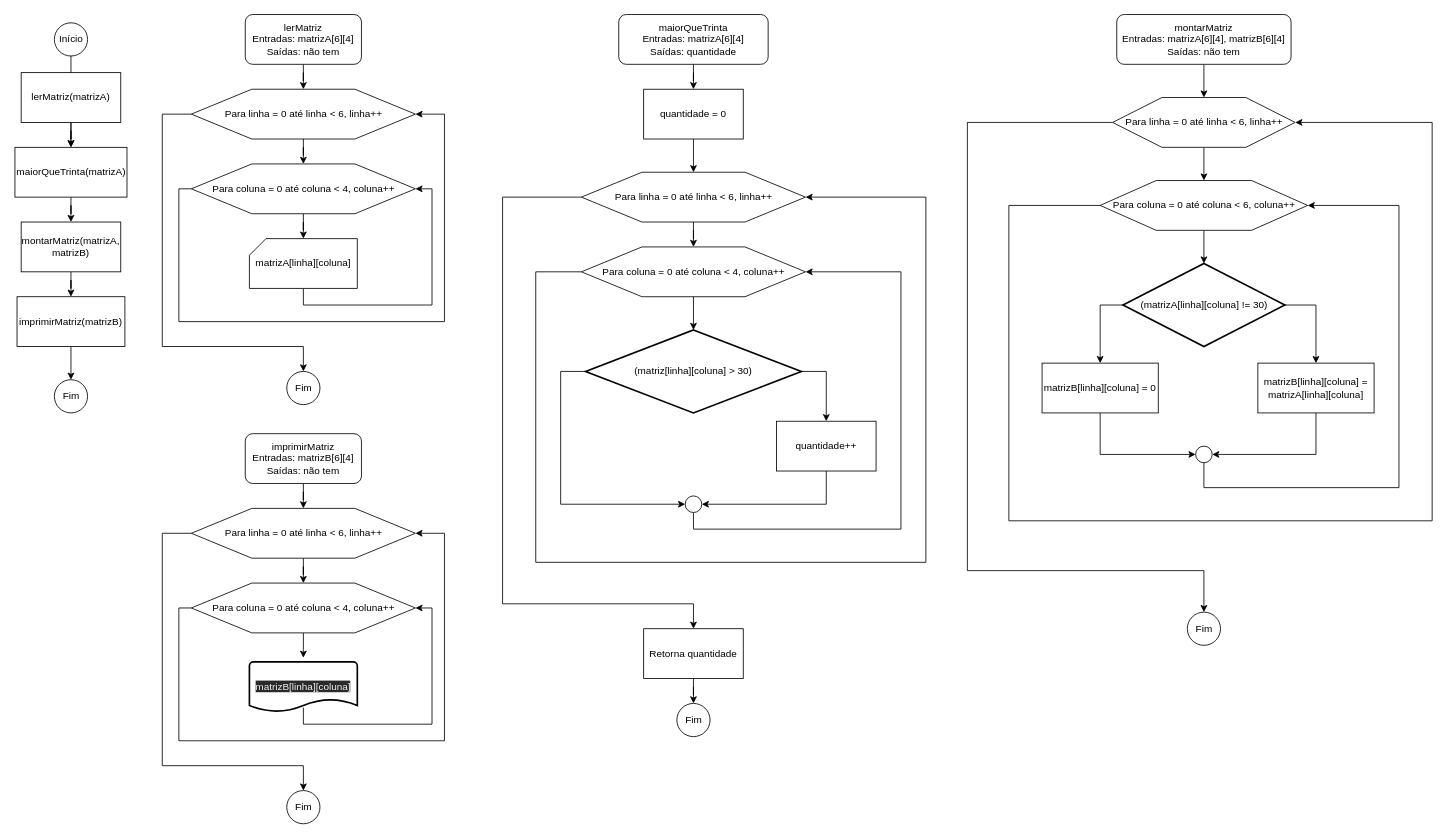
Marchinner/Faculdade keeps this draw.io diagram as semestre01/LOG1/Exemplos/Diagramas/exemplo5.drawio. Above is the earlier version. Source tidied: cells renumbered, new cells numbered last; positions are measured from the earlier drawing's top-left corner, leaving out a move shared by most shapes. Both pictures are drawn from the tidied source at 83%, with x=0, y=0 at pixel (14, 14).
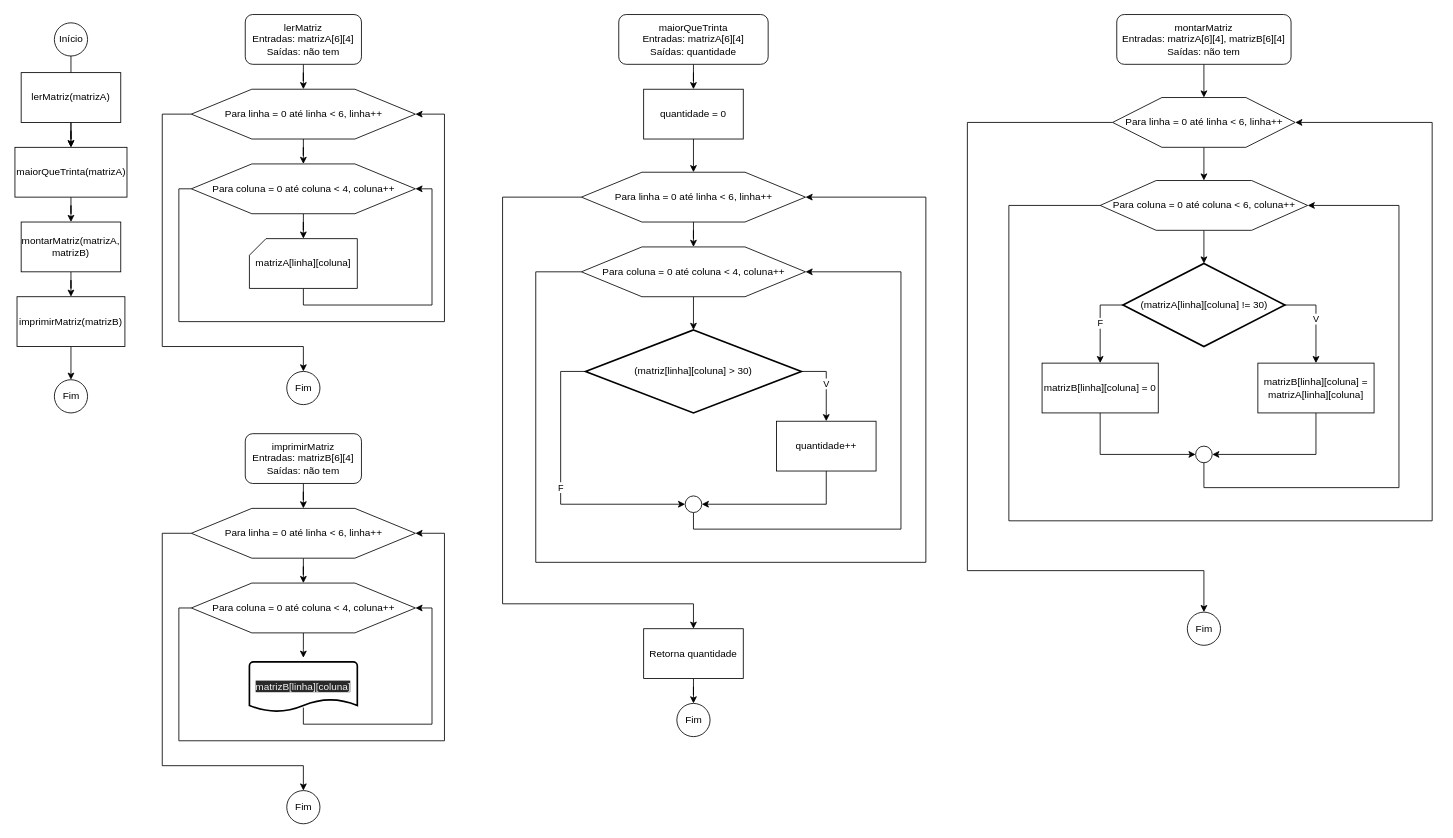
After the change.

Commit message (it also covers changes not shown here):
Ex1 e ex2 feitos com diagramas da lista de Vetores

Unchanged cells that the change refers to:
```xml
<mxCell id="33" value="(matriz[linha][coluna] &amp;gt; 30)" style="strokeWidth=2;html=1;shape=mxgraph.flowchart.decision;whiteSpace=wrap;" parent="1" vertex="1">
  <mxGeometry x="688" y="380" width="260" height="100" as="geometry" />
</mxCell>
<mxCell id="35" value="quantidade++" style="rounded=0;whiteSpace=wrap;html=1;" parent="1" vertex="1">
  <mxGeometry x="918" y="490" width="120" height="60" as="geometry" />
</mxCell>
<mxCell id="37" style="verticalLabelPosition=bottom;verticalAlign=top;html=1;shape=mxgraph.flowchart.on-page_reference;" parent="1" vertex="1">
  <mxGeometry x="808" y="580" width="20" height="20" as="geometry" />
</mxCell>
<mxCell id="51" value="(matrizA[linha][coluna] != 30)" style="strokeWidth=2;html=1;shape=mxgraph.flowchart.decision;whiteSpace=wrap;" parent="1" vertex="1">
  <mxGeometry x="1335.5" y="300" width="195" height="100" as="geometry" />
</mxCell>
<mxCell id="53" value="matrizB[linha][coluna] = matrizA[linha][coluna]" style="rounded=0;whiteSpace=wrap;html=1;" parent="1" vertex="1">
  <mxGeometry x="1498" y="420" width="140" height="60" as="geometry" />
</mxCell>
<mxCell id="55" value="matrizB[linha][coluna] = 0" style="rounded=0;whiteSpace=wrap;html=1;" parent="1" vertex="1">
  <mxGeometry x="1238" y="420" width="140" height="60" as="geometry" />
</mxCell>
```

Change to the diagram source:
```diff
@@
-    <mxCell id="31" style="edgeStyle=orthogonalEdgeStyle;rounded=0;jettySize=auto;html=1;entryX=0.5;entryY=0;entryDx=0;entryDy=0;" parent="1" edge="1" source="33" target="35">
+    <mxCell id="31" value="V" style="edgeStyle=orthogonalEdgeStyle;rounded=0;jettySize=auto;html=1;entryX=0.5;entryY=0;entryDx=0;entryDy=0;" parent="1" edge="1" source="33" target="35">
       <mxGeometry relative="1" as="geometry">
         <Array as="points">
           <mxPoint x="978" y="430" />
         </Array>
       </mxGeometry>
     </mxCell>
-    <mxCell id="32" style="edgeStyle=orthogonalEdgeStyle;rounded=0;jettySize=auto;html=1;entryX=0;entryY=0.5;entryDx=0;entryDy=0;entryPerimeter=0;" parent="1" edge="1" source="33" target="37">
+    <mxCell id="32" value="F" style="edgeStyle=orthogonalEdgeStyle;rounded=0;jettySize=auto;html=1;entryX=0;entryY=0.5;entryDx=0;entryDy=0;entryPerimeter=0;" parent="1" edge="1" source="33" target="37">
       <mxGeometry relative="1" as="geometry">
         <Array as="points">
           <mxPoint x="658" y="430" />
           <mxPoint x="658" y="590" />
         </Array>
       </mxGeometry>
     </mxCell>
@@
-    <mxCell id="49" style="edgeStyle=orthogonalEdgeStyle;rounded=0;jettySize=auto;html=1;entryX=0.5;entryY=0;entryDx=0;entryDy=0;" parent="1" edge="1" source="51" target="53">
+    <mxCell id="49" value="V" style="edgeStyle=orthogonalEdgeStyle;rounded=0;jettySize=auto;html=1;entryX=0.5;entryY=0;entryDx=0;entryDy=0;" parent="1" edge="1" source="51" target="53">
       <mxGeometry relative="1" as="geometry">
         <Array as="points">
           <mxPoint x="1568" y="350" />
           <mxPoint x="1568" y="420" />
         </Array>
       </mxGeometry>
     </mxCell>
-    <mxCell id="50" style="edgeStyle=orthogonalEdgeStyle;rounded=0;jettySize=auto;html=1;entryX=0.5;entryY=0;entryDx=0;entryDy=0;" parent="1" edge="1" source="51" target="55">
+    <mxCell id="50" value="F" style="edgeStyle=orthogonalEdgeStyle;rounded=0;jettySize=auto;html=1;entryX=0.5;entryY=0;entryDx=0;entryDy=0;" parent="1" edge="1" source="51" target="55">
       <mxGeometry relative="1" as="geometry">
         <Array as="points">
           <mxPoint x="1308" y="350" />
         </Array>
       </mxGeometry>
     </mxCell>
```
